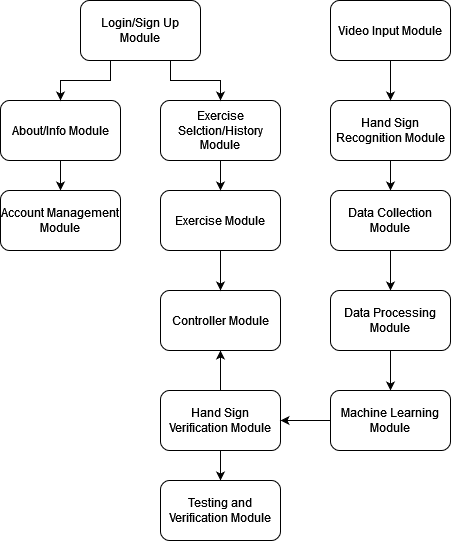
Above: docs/Design/SoftArchitecture/UsesHierarchy.png in stanreee/sign-language-learning (draw.io), before the change. Source tidied: cells renumbered, new cells last; positions are measured from the earlier drawing's top-left corner, leaving out a move shared by most shapes.
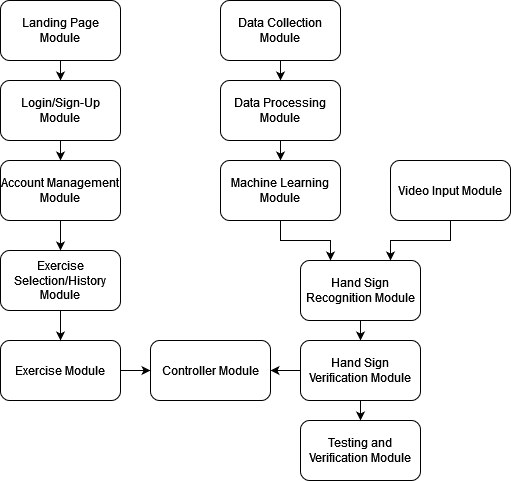
The same file after the commit.

Commit message:
redid useshierarchy diagram

Diff of the diagram source:
```diff
@@ -2,80 +2,80 @@
   <root>
     <mxCell id="0" />
     <mxCell id="1" parent="0" />
-    <mxCell id="2" style="edgeStyle=orthogonalEdgeStyle;rounded=0;jettySize=auto;html=1;exitX=0.5;exitY=1;exitDx=0;exitDy=0;entryX=0.5;entryY=0;entryDx=0;entryDy=0;" parent="1" edge="1" source="3" target="9">
-      <mxGeometry relative="1" as="geometry" />
-    </mxCell>
-    <mxCell id="3" value="Hand Sign Recognition Module" style="rounded=1;whiteSpace=wrap;html=1;" parent="1" vertex="1">
-      <mxGeometry x="330" y="100" width="120" height="60" as="geometry" />
-    </mxCell>
-    <mxCell id="4" style="edgeStyle=orthogonalEdgeStyle;rounded=0;jettySize=auto;html=1;exitX=0.5;exitY=0;exitDx=0;exitDy=0;entryX=0.5;entryY=1;entryDx=0;entryDy=0;" parent="1" edge="1" source="6" target="7">
-      <mxGeometry relative="1" as="geometry" />
-    </mxCell>
-    <mxCell id="5" style="edgeStyle=orthogonalEdgeStyle;rounded=0;jettySize=auto;html=1;exitX=0.5;exitY=1;exitDx=0;exitDy=0;entryX=0.5;entryY=0;entryDx=0;entryDy=0;" parent="1" edge="1" source="6" target="14">
-      <mxGeometry relative="1" as="geometry" />
-    </mxCell>
-    <mxCell id="6" value="Hand Sign Verification Module" style="rounded=1;whiteSpace=wrap;html=1;" parent="1" vertex="1">
-      <mxGeometry x="160" y="390" width="120" height="60" as="geometry" />
-    </mxCell>
-    <mxCell id="7" value="Controller Module" style="rounded=1;whiteSpace=wrap;html=1;" parent="1" vertex="1">
-      <mxGeometry x="160" y="290" width="120" height="60" as="geometry" />
-    </mxCell>
+    <mxCell id="15" style="edgeStyle=orthogonalEdgeStyle;rounded=0;jettySize=auto;html=1;exitX=0.5;exitY=1;exitDx=0;exitDy=0;entryX=0.75;entryY=0;entryDx=0;entryDy=0;" parent="1" edge="1" source="16" target="3">
+      <mxGeometry relative="1" as="geometry" />
+    </mxCell>
+    <mxCell id="16" value="Video Input Module" style="rounded=1;whiteSpace=wrap;html=1;" parent="1" vertex="1">
+      <mxGeometry x="890" y="160" width="120" height="60" as="geometry" />
+    </mxCell>
+    <mxCell id="14" value="Testing and Verification Module" style="rounded=1;whiteSpace=wrap;html=1;" parent="1" vertex="1">
+      <mxGeometry x="800" y="420" width="120" height="60" as="geometry" />
+    </mxCell>
+    <mxCell id="10" style="edgeStyle=orthogonalEdgeStyle;rounded=0;jettySize=auto;html=1;exitX=0.5;exitY=1;exitDx=0;exitDy=0;entryX=0.5;entryY=0;entryDx=0;entryDy=0;" parent="1" edge="1" source="11" target="13">
+      <mxGeometry relative="1" as="geometry" />
+    </mxCell>
+    <mxCell id="11" value="Data Processing Module" style="rounded=1;whiteSpace=wrap;html=1;" parent="1" vertex="1">
+      <mxGeometry x="720" y="80" width="120" height="60" as="geometry" />
+    </mxCell>
     <mxCell id="8" style="edgeStyle=orthogonalEdgeStyle;rounded=0;jettySize=auto;html=1;exitX=0.5;exitY=1;exitDx=0;exitDy=0;entryX=0.5;entryY=0;entryDx=0;entryDy=0;" parent="1" edge="1" source="9" target="11">
       <mxGeometry relative="1" as="geometry" />
     </mxCell>
     <mxCell id="9" value="Data Collection Module" style="rounded=1;whiteSpace=wrap;html=1;" parent="1" vertex="1">
-      <mxGeometry x="330" y="190" width="120" height="60" as="geometry" />
+      <mxGeometry x="720" width="120" height="60" as="geometry" />
     </mxCell>
-    <mxCell id="10" style="edgeStyle=orthogonalEdgeStyle;rounded=0;jettySize=auto;html=1;exitX=0.5;exitY=1;exitDx=0;exitDy=0;entryX=0.5;entryY=0;entryDx=0;entryDy=0;" parent="1" edge="1" source="11" target="13">
-      <mxGeometry relative="1" as="geometry" />
-    </mxCell>
-    <mxCell id="11" value="Data Processing Module" style="rounded=1;whiteSpace=wrap;html=1;" parent="1" vertex="1">
-      <mxGeometry x="330" y="290" width="120" height="60" as="geometry" />
-    </mxCell>
-    <mxCell id="12" style="edgeStyle=orthogonalEdgeStyle;rounded=0;jettySize=auto;html=1;exitX=0;exitY=0.5;exitDx=0;exitDy=0;entryX=1;entryY=0.5;entryDx=0;entryDy=0;" parent="1" edge="1" source="13" target="6">
-      <mxGeometry relative="1" as="geometry" />
-    </mxCell>
+    <mxCell id="27" style="edgeStyle=orthogonalEdgeStyle;rounded=0;jettySize=auto;html=1;exitX=0.5;exitY=1;exitDx=0;exitDy=0;entryX=0.5;entryY=0;entryDx=0;entryDy=0;" parent="1" edge="1" source="3" target="6">
+      <mxGeometry relative="1" as="geometry" />
+    </mxCell>
+    <mxCell id="3" value="Hand Sign Recognition Module" style="rounded=1;whiteSpace=wrap;html=1;" parent="1" vertex="1">
+      <mxGeometry x="800" y="260" width="120" height="60" as="geometry" />
+    </mxCell>
+    <mxCell id="5" style="edgeStyle=orthogonalEdgeStyle;rounded=0;jettySize=auto;html=1;exitX=0.5;exitY=1;exitDx=0;exitDy=0;entryX=0.5;entryY=0;entryDx=0;entryDy=0;" parent="1" edge="1" source="6" target="14">
+      <mxGeometry relative="1" as="geometry" />
+    </mxCell>
+    <mxCell id="4" style="edgeStyle=orthogonalEdgeStyle;rounded=0;jettySize=auto;html=1;exitX=0;exitY=0.5;exitDx=0;exitDy=0;entryX=1;entryY=0.5;entryDx=0;entryDy=0;" parent="1" edge="1" source="6" target="7">
+      <mxGeometry relative="1" as="geometry" />
+    </mxCell>
+    <mxCell id="6" value="Hand Sign Verification Module" style="rounded=1;whiteSpace=wrap;html=1;" parent="1" vertex="1">
+      <mxGeometry x="800" y="340" width="120" height="60" as="geometry" />
+    </mxCell>
+    <mxCell id="28" style="edgeStyle=orthogonalEdgeStyle;rounded=0;jettySize=auto;html=1;exitX=0.5;exitY=1;exitDx=0;exitDy=0;entryX=0.25;entryY=0;entryDx=0;entryDy=0;" parent="1" edge="1" source="13" target="3">
+      <mxGeometry relative="1" as="geometry" />
+    </mxCell>
     <mxCell id="13" value="Machine Learning Module" style="rounded=1;whiteSpace=wrap;html=1;" parent="1" vertex="1">
-      <mxGeometry x="330" y="390" width="120" height="60" as="geometry" />
+      <mxGeometry x="720" y="160" width="120" height="60" as="geometry" />
     </mxCell>
-    <mxCell id="14" value="Testing and Verification Module" style="rounded=1;whiteSpace=wrap;html=1;" parent="1" vertex="1">
-      <mxGeometry x="160" y="480" width="120" height="60" as="geometry" />
-    </mxCell>
-    <mxCell id="15" style="edgeStyle=orthogonalEdgeStyle;rounded=0;jettySize=auto;html=1;exitX=0.5;exitY=1;exitDx=0;exitDy=0;entryX=0.5;entryY=0;entryDx=0;entryDy=0;" parent="1" edge="1" source="16" target="3">
-      <mxGeometry relative="1" as="geometry" />
-    </mxCell>
-    <mxCell id="16" value="Video Input Module" style="rounded=1;whiteSpace=wrap;html=1;" parent="1" vertex="1">
-      <mxGeometry x="330" width="120" height="60" as="geometry" />
-    </mxCell>
-    <mxCell id="17" style="edgeStyle=orthogonalEdgeStyle;rounded=0;jettySize=auto;html=1;exitX=0.5;exitY=1;exitDx=0;exitDy=0;entryX=0.5;entryY=0;entryDx=0;entryDy=0;" parent="1" edge="1" source="18" target="26">
-      <mxGeometry relative="1" as="geometry" />
-    </mxCell>
-    <mxCell id="18" value="About/Info Module" style="rounded=1;whiteSpace=wrap;html=1;" parent="1" vertex="1">
-      <mxGeometry y="100" width="120" height="60" as="geometry" />
-    </mxCell>
+    <mxCell id="7" value="Controller Module" style="rounded=1;whiteSpace=wrap;html=1;" parent="1" vertex="1">
+      <mxGeometry x="650" y="340" width="120" height="60" as="geometry" />
+    </mxCell>
-    <mxCell id="19" style="edgeStyle=orthogonalEdgeStyle;rounded=0;jettySize=auto;html=1;exitX=0.5;exitY=1;exitDx=0;exitDy=0;entryX=0.5;entryY=0;entryDx=0;entryDy=0;" parent="1" edge="1" source="20" target="7">
+    <mxCell id="19" style="edgeStyle=orthogonalEdgeStyle;rounded=0;jettySize=auto;html=1;exitX=1;exitY=0.5;exitDx=0;exitDy=0;entryX=0;entryY=0.5;entryDx=0;entryDy=0;" parent="1" edge="1" source="20" target="7">
       <mxGeometry relative="1" as="geometry" />
     </mxCell>
     <mxCell id="20" value="Exercise Module" style="rounded=1;whiteSpace=wrap;html=1;" parent="1" vertex="1">
-      <mxGeometry x="160" y="190" width="120" height="60" as="geometry" />
+      <mxGeometry x="500" y="340" width="120" height="60" as="geometry" />
     </mxCell>
-    <mxCell id="21" style="edgeStyle=orthogonalEdgeStyle;rounded=0;jettySize=auto;html=1;exitX=0.5;exitY=1;exitDx=0;exitDy=0;entryX=0.5;entryY=0;entryDx=0;entryDy=0;" parent="1" edge="1" source="22" target="20">
-      <mxGeometry relative="1" as="geometry" />
-    </mxCell>
-    <mxCell id="22" value="Exercise Selction/History Module" style="rounded=1;whiteSpace=wrap;html=1;" parent="1" vertex="1">
-      <mxGeometry x="160" y="100" width="120" height="60" as="geometry" />
-    </mxCell>
-    <mxCell id="23" style="edgeStyle=orthogonalEdgeStyle;rounded=0;jettySize=auto;html=1;exitX=0.25;exitY=1;exitDx=0;exitDy=0;entryX=0.5;entryY=0;entryDx=0;entryDy=0;" parent="1" edge="1" source="25" target="18">
-      <mxGeometry relative="1" as="geometry" />
-    </mxCell>
-    <mxCell id="24" style="edgeStyle=orthogonalEdgeStyle;rounded=0;jettySize=auto;html=1;exitX=0.75;exitY=1;exitDx=0;exitDy=0;entryX=0.5;entryY=0;entryDx=0;entryDy=0;" parent="1" edge="1" source="25" target="22">
-      <mxGeometry relative="1" as="geometry" />
-    </mxCell>
-    <mxCell id="25" value="Login/Sign Up Module" style="rounded=1;whiteSpace=wrap;html=1;" parent="1" vertex="1">
-      <mxGeometry x="80" width="120" height="60" as="geometry" />
-    </mxCell>
+    <mxCell id="29" style="edgeStyle=orthogonalEdgeStyle;rounded=0;jettySize=auto;html=1;exitX=0.5;exitY=1;exitDx=0;exitDy=0;entryX=0.5;entryY=0;entryDx=0;entryDy=0;" parent="1" edge="1" source="30" target="20">
+      <mxGeometry relative="1" as="geometry" />
+    </mxCell>
+    <mxCell id="30" value="Exercise Selection/History Module" style="rounded=1;whiteSpace=wrap;html=1;" parent="1" vertex="1">
+      <mxGeometry x="500" y="250" width="120" height="60" as="geometry" />
+    </mxCell>
+    <mxCell id="31" style="edgeStyle=orthogonalEdgeStyle;rounded=0;jettySize=auto;html=1;exitX=0.5;exitY=1;exitDx=0;exitDy=0;entryX=0.5;entryY=0;entryDx=0;entryDy=0;" parent="1" edge="1" source="26" target="30">
+      <mxGeometry relative="1" as="geometry" />
+    </mxCell>
     <mxCell id="26" value="Account Management Module" style="rounded=1;whiteSpace=wrap;html=1;" parent="1" vertex="1">
-      <mxGeometry y="190" width="120" height="60" as="geometry" />
+      <mxGeometry x="500" y="160" width="120" height="60" as="geometry" />
     </mxCell>
+    <mxCell id="32" style="edgeStyle=orthogonalEdgeStyle;rounded=0;jettySize=auto;html=1;exitX=0.5;exitY=1;exitDx=0;exitDy=0;entryX=0.5;entryY=0;entryDx=0;entryDy=0;" parent="1" edge="1" source="33" target="35">
+      <mxGeometry relative="1" as="geometry" />
+    </mxCell>
+    <mxCell id="33" value="&lt;div&gt;Landing Page&lt;/div&gt;&lt;div&gt;Module&lt;/div&gt;" style="rounded=1;whiteSpace=wrap;html=1;" parent="1" vertex="1">
+      <mxGeometry x="500" width="120" height="60" as="geometry" />
+    </mxCell>
+    <mxCell id="34" style="edgeStyle=orthogonalEdgeStyle;rounded=0;jettySize=auto;html=1;exitX=0.5;exitY=1;exitDx=0;exitDy=0;entryX=0.5;entryY=0;entryDx=0;entryDy=0;" parent="1" edge="1" source="35" target="26">
+      <mxGeometry relative="1" as="geometry" />
+    </mxCell>
+    <mxCell id="35" value="Login/Sign-Up Module" style="rounded=1;whiteSpace=wrap;html=1;" parent="1" vertex="1">
+      <mxGeometry x="500" y="80" width="120" height="60" as="geometry" />
+    </mxCell>
   </root>
 </mxGraphModel>
```
